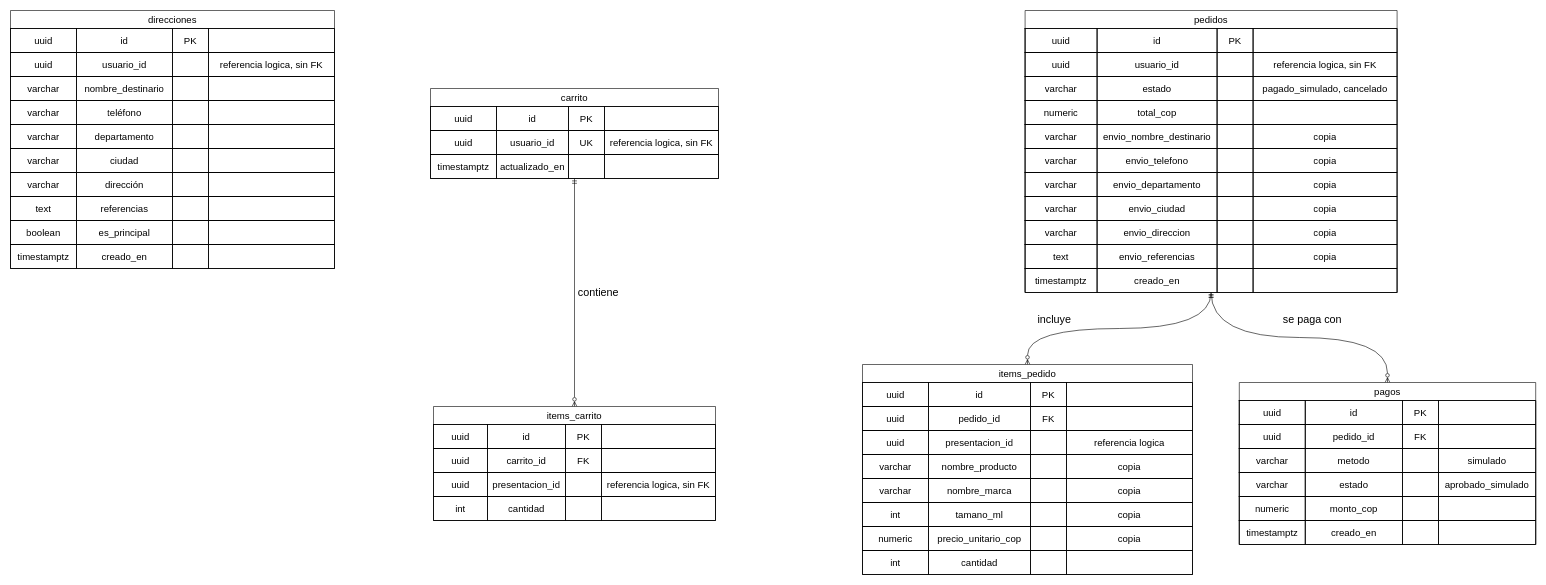
The draw.io diagram docs/diagrams/er-orders_db.drawio in AgudeloAlexander623/PerfumesPAYDAY, before the edit. Source tidied: cells renumbered, new cells numbered last; positions are measured from the earlier drawing's top-left corner, leaving out a move shared by most shapes. Both pictures are drawn from the tidied source at 60%, with x=0, y=0 at pixel (10, 10).
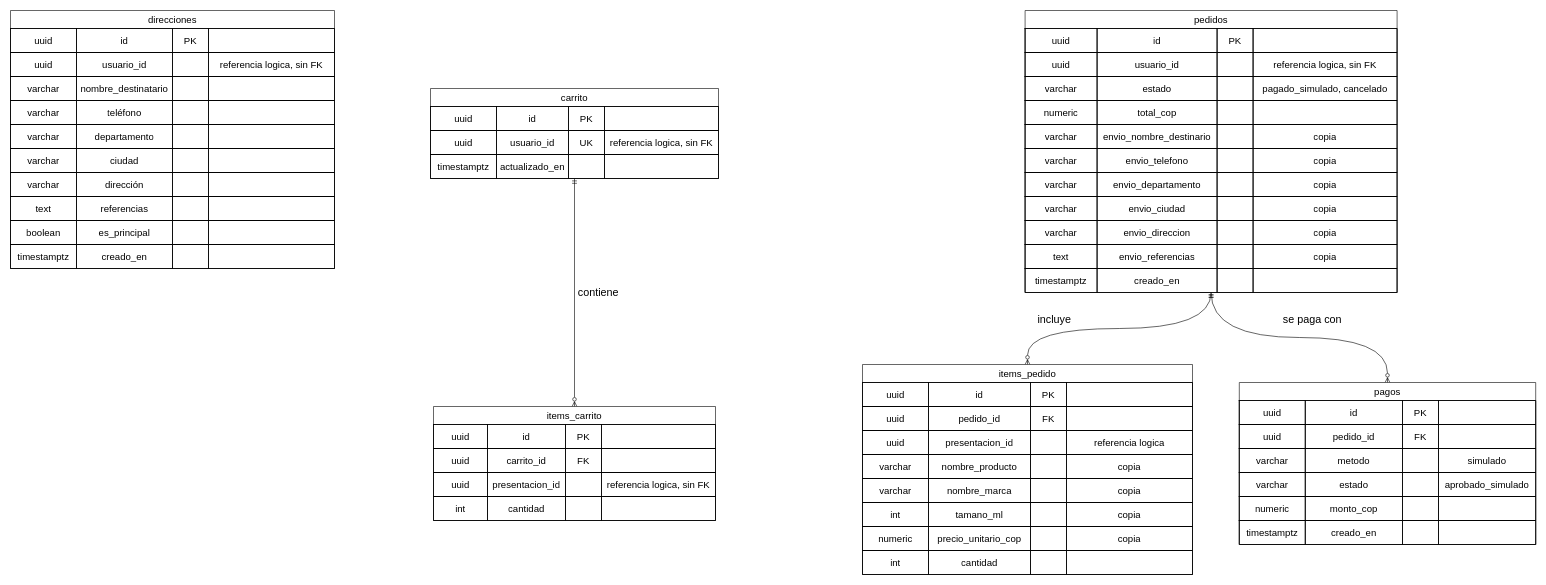
Above is the later version.

Unchanged cells that the change refers to:
```xml
<mxCell id="13" style="shape=tableRow;horizontal=0;startSize=0;swimlaneHead=0;swimlaneBody=0;strokeColor=inherit;fillColor=none;fontSize=16;" parent="2" vertex="1">
  <mxGeometry y="110" width="540" height="40" as="geometry" />
</mxCell>
```

What changed in the source:
```diff
@@
-    <mxCell id="15" value="nombre_destinario" style="shape=partialRectangle;html=1;whiteSpace=wrap;strokeColor=inherit;overflow=hidden;fillColor=none;fontSize=16;" parent="13" vertex="1">
+    <mxCell id="15" value="nombre_destinatario" style="shape=partialRectangle;html=1;whiteSpace=wrap;strokeColor=inherit;overflow=hidden;fillColor=none;fontSize=16;" parent="13" vertex="1">
       <mxGeometry x="110" width="160" height="40" as="geometry" />
     </mxCell>
```
